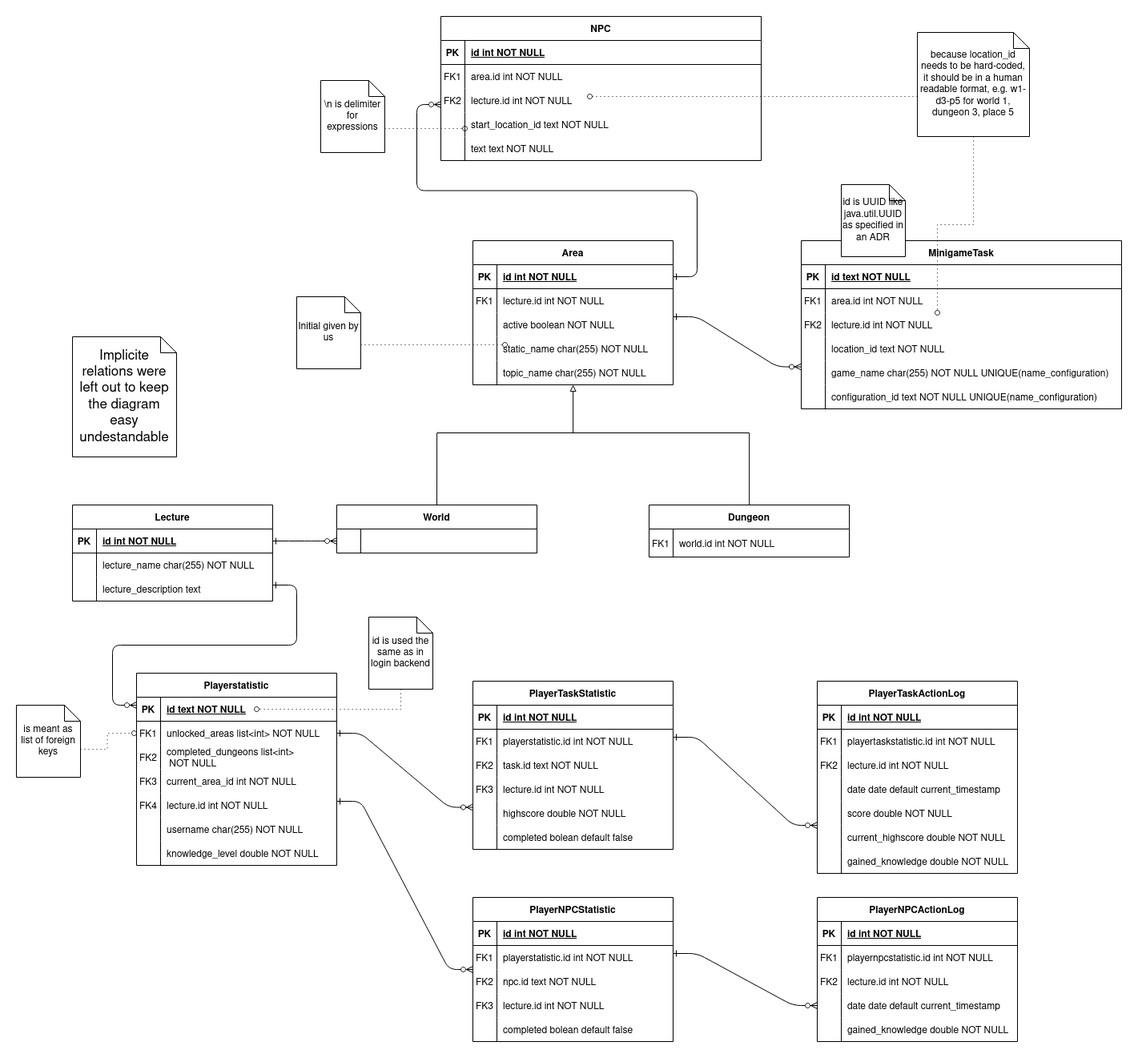
Gamify-IT/docs keeps this draw.io diagram as dev-manuals/services/overworld/database-model/database-model.png. Above is the earlier version. Source tidied: cells renumbered, new cells last; positions are measured from the earlier drawing's top-left corner, leaving out a move shared by most shapes.
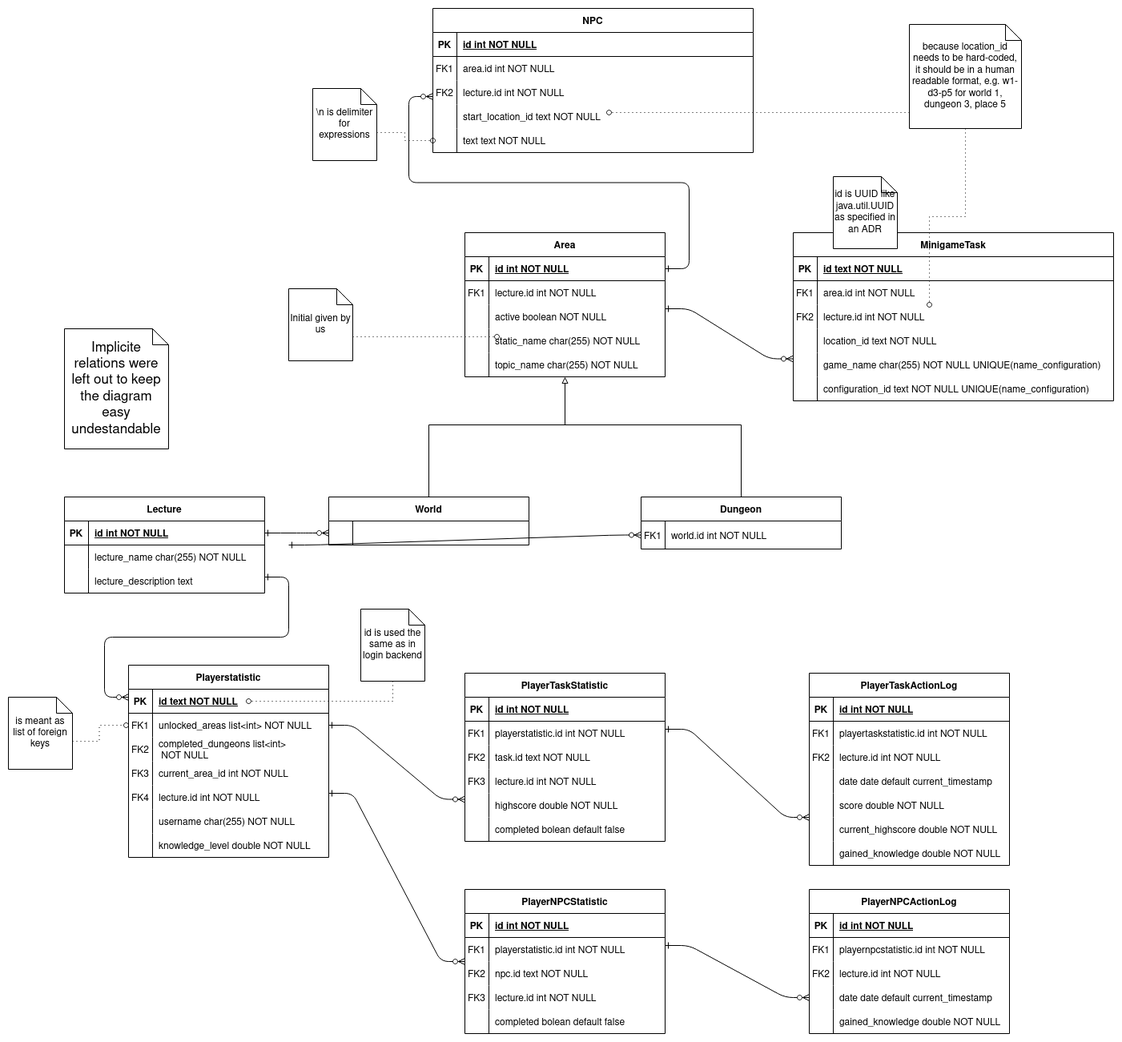
After the change.

Commit message:
fix wrong placed notes

The edit, as a diff of the source:
```diff
@@ -5,8 +5,10 @@
     <mxCell id="2" style="edgeStyle=entityRelationEdgeStyle;endArrow=ERzeroToMany;startArrow=ERone;endFill=1;startFill=0;" parent="1" edge="1" source="14" target="5">
       <mxGeometry relative="1" as="geometry" />
     </mxCell>
-    <mxCell id="3" style="edgeStyle=entityRelationEdgeStyle;endArrow=ERzeroToMany;startArrow=ERone;endFill=1;startFill=0;" parent="1" edge="1" source="x" target="10">
-      <mxGeometry relative="1" as="geometry" />
+    <mxCell id="3" style="edgeStyle=entityRelationEdgeStyle;endArrow=ERzeroToMany;startArrow=ERone;endFill=1;startFill=0;" parent="1" edge="1" target="10">
+      <mxGeometry relative="1" as="geometry">
+        <mxPoint x="350" y="670" as="sourcePoint" />
+      </mxGeometry>
     </mxCell>
     <mxCell id="4" value="World" style="shape=table;startSize=30;rowLines=0;fontStyle=1;align=center;" parent="1" vertex="1">
       <mxGeometry x="400" y="610" width="250" height="60" as="geometry" />
@@ -364,17 +366,11 @@
         <mxPoint x="530" y="110" as="targetPoint" />
       </mxGeometry>
     </mxCell>
-    <mxCell id="115" style="edgeStyle=orthogonalEdgeStyle;rounded=0;jettySize=auto;html=1;startArrow=none;startFill=0;endArrow=oval;endFill=0;dashed=1;dashPattern=1 4;" parent="1" edge="1" source="116">
-      <mxGeometry relative="1" as="geometry">
-        <mxPoint x="560" y="140" as="targetPoint" />
-        <Array as="points">
-          <mxPoint x="430" y="140" />
-          <mxPoint x="430" y="140" />
-        </Array>
-      </mxGeometry>
-    </mxCell>
+    <mxCell id="216" style="edgeStyle=orthogonalEdgeStyle;rounded=0;jettySize=auto;html=1;exitX=0;exitY=0;exitDx=80;exitDy=55;exitPerimeter=0;entryX=0;entryY=0.5;entryDx=0;entryDy=0;dashed=1;dashPattern=1 4;endArrow=oval;endFill=0;" parent="1" edge="1" source="116" target="109">
+      <mxGeometry relative="1" as="geometry" />
+    </mxCell>
     <mxCell id="116" value="\n is delimiter for expressions" style="shape=note;size=20;whiteSpace=wrap;html=1;" parent="1" vertex="1">
-      <mxGeometry x="380" y="80" width="80" height="90" as="geometry" />
+      <mxGeometry x="380" y="100" width="80" height="90" as="geometry" />
     </mxCell>
     <mxCell id="117" value="PlayerTaskStatistic" style="shape=table;startSize=30;rowLines=0;fontStyle=1;align=center;" parent="1" vertex="1">
       <mxGeometry x="570" y="830" width="250" height="210" as="geometry" />
@@ -472,10 +468,10 @@
     </mxCell>
     <mxCell id="146" style="edgeStyle=orthogonalEdgeStyle;rounded=0;jettySize=auto;html=1;dashed=1;dashPattern=1 4;endArrow=oval;endFill=0;targetPerimeterSpacing=0;endSize=6;sourcePerimeterSpacing=0;" parent="1" edge="1" source="145">
       <mxGeometry relative="1" as="geometry">
-        <mxPoint x="716" y="100" as="targetPoint" />
+        <mxPoint x="750" y="130" as="targetPoint" />
         <Array as="points">
-          <mxPoint x="1020" y="100" />
-          <mxPoint x="1020" y="100" />
+          <mxPoint x="890" y="130" />
+          <mxPoint x="890" y="130" />
         </Array>
       </mxGeometry>
     </mxCell>
```
